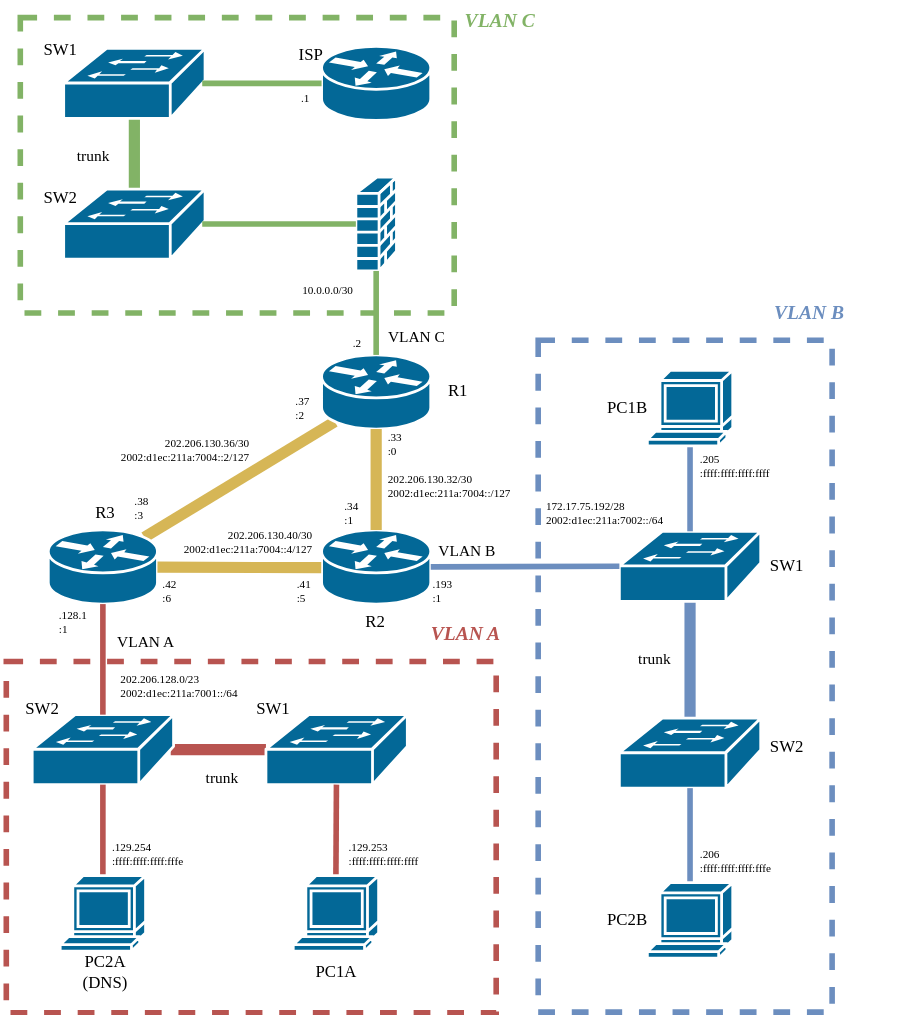
This is l3_topologie_s_adresami.drawio.svg from phatt-23/POS-project, a draw.io export, as it was before one commit. Source tidied: cells renumbered, new cells last; positions are measured from the earlier drawing's top-left corner, leaving out a move shared by most shapes.
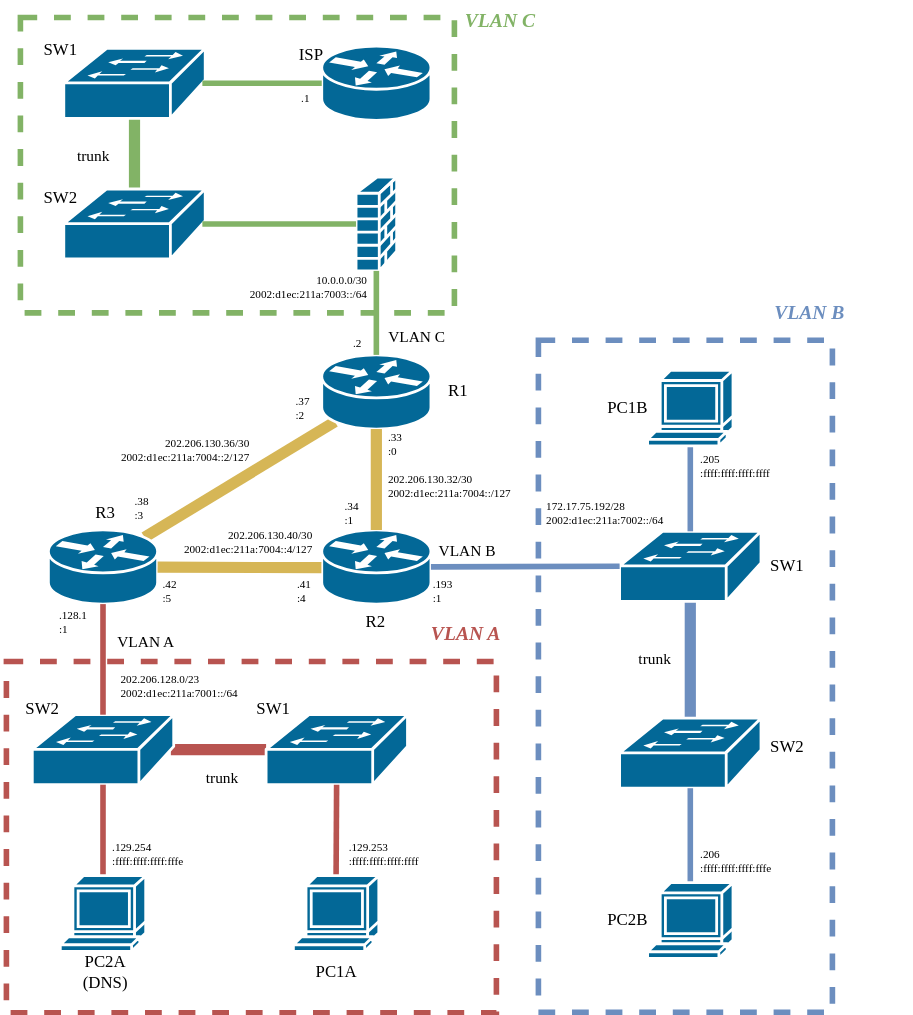
Later version of the same file.

The edit, as a diff of the source:
```diff
@@ -217,10 +217,10 @@
     <mxCell id="70" value="&lt;div align=&quot;right&quot;&gt;&lt;div style=&quot;font-size: 8px;&quot;&gt;&lt;font style=&quot;font-size: 8px;&quot;&gt;202.206.130.40/30&lt;br&gt;2002:d1ec:211a:7004::4/127&lt;/font&gt;&lt;/div&gt;&lt;/div&gt;" style="text;html=1;align=right;verticalAlign=middle;whiteSpace=wrap;rounded=0;fontFamily=Iosevka NF;" parent="1" vertex="1">
       <mxGeometry x="135" y="372" width="90" height="30" as="geometry" />
     </mxCell>
-    <mxCell id="71" value="&lt;div align=&quot;left&quot;&gt;&lt;div style=&quot;font-size: 8px;&quot;&gt;&lt;font style=&quot;font-size: 8px;&quot;&gt;.41&lt;br&gt;:5&lt;/font&gt;&lt;/div&gt;&lt;/div&gt;" style="text;html=1;align=left;verticalAlign=middle;whiteSpace=wrap;rounded=0;fontFamily=Iosevka NF;" parent="1" vertex="1">
+    <mxCell id="71" value="&lt;div align=&quot;left&quot;&gt;&lt;div style=&quot;font-size: 8px;&quot;&gt;&lt;font style=&quot;font-size: 8px;&quot;&gt;.41&lt;br&gt;:4&lt;/font&gt;&lt;/div&gt;&lt;/div&gt;" style="text;html=1;align=left;verticalAlign=middle;whiteSpace=wrap;rounded=0;fontFamily=Iosevka NF;" parent="1" vertex="1">
       <mxGeometry x="210" y="407" width="107" height="30" as="geometry" />
     </mxCell>
-    <mxCell id="72" value="&lt;div align=&quot;left&quot;&gt;&lt;div style=&quot;font-size: 8px;&quot;&gt;&lt;font style=&quot;font-size: 8px;&quot;&gt;.42&lt;br&gt;:6&lt;/font&gt;&lt;/div&gt;&lt;/div&gt;" style="text;html=1;align=left;verticalAlign=middle;whiteSpace=wrap;rounded=0;fontFamily=Iosevka NF;" parent="1" vertex="1">
+    <mxCell id="72" value="&lt;div align=&quot;left&quot;&gt;&lt;div style=&quot;font-size: 8px;&quot;&gt;&lt;font style=&quot;font-size: 8px;&quot;&gt;.42&lt;br&gt;:5&lt;/font&gt;&lt;/div&gt;&lt;/div&gt;" style="text;html=1;align=left;verticalAlign=middle;whiteSpace=wrap;rounded=0;fontFamily=Iosevka NF;" parent="1" vertex="1">
       <mxGeometry x="114" y="407" width="107" height="30" as="geometry" />
     </mxCell>
     <mxCell id="73" value="&lt;div align=&quot;left&quot;&gt;&lt;div style=&quot;font-size: 8px;&quot;&gt;&lt;font style=&quot;font-size: 8px;&quot;&gt;202.206.128.0/23&lt;br&gt;2002:d1ec:211a:7001::/64&lt;/font&gt;&lt;/div&gt;&lt;/div&gt;" style="text;html=1;align=left;verticalAlign=middle;whiteSpace=wrap;rounded=0;fontFamily=Iosevka NF;" parent="1" vertex="1">
@@ -229,8 +229,8 @@
     <mxCell id="74" value="&lt;div align=&quot;left&quot;&gt;&lt;div style=&quot;font-size: 8px;&quot;&gt;&lt;font style=&quot;font-size: 8px;&quot;&gt;172.17.75.192/28&lt;br&gt;2002:d1ec:211a:7002::/64&lt;/font&gt;&lt;/div&gt;&lt;/div&gt;" style="text;html=1;align=left;verticalAlign=middle;whiteSpace=wrap;rounded=0;fontFamily=Iosevka NF;" parent="1" vertex="1">
       <mxGeometry x="388" y="351" width="102.5" height="30" as="geometry" />
     </mxCell>
-    <mxCell id="75" value="&lt;div style=&quot;font-size: 11px;&quot;&gt;&lt;font style=&quot;font-size: 8px;&quot;&gt;10.0.0.0/30&lt;/font&gt;&lt;/div&gt;" style="text;html=1;align=center;verticalAlign=middle;whiteSpace=wrap;rounded=0;fontFamily=Iosevka NF;" parent="1" vertex="1">
-      <mxGeometry x="204" y="191" width="60" height="30" as="geometry" />
+    <mxCell id="75" value="&lt;div style=&quot;font-size: 8px;&quot; align=&quot;right&quot;&gt;&lt;font style=&quot;font-size: 8px;&quot;&gt;10.0.0.0/30&lt;/font&gt;&lt;/div&gt;&lt;div style=&quot;font-size: 8px;&quot; align=&quot;right&quot;&gt;&lt;font style=&quot;font-size: 8px;&quot;&gt;2002:d1ec:211a:7003::/64&lt;/font&gt;&lt;/div&gt;" style="text;html=1;align=right;verticalAlign=middle;whiteSpace=wrap;rounded=0;fontFamily=Iosevka NF;" parent="1" vertex="1">
+      <mxGeometry x="139" y="190" width="125" height="30" as="geometry" />
     </mxCell>
     <mxCell id="76" value="&lt;div align=&quot;left&quot;&gt;&lt;div style=&quot;font-size: 8px;&quot;&gt;&lt;font style=&quot;font-size: 8px;&quot;&gt;.193&lt;br&gt;&lt;/font&gt;&lt;font style=&quot;font-size: 8px;&quot;&gt;:1&lt;/font&gt;&lt;/div&gt;&lt;/div&gt;" style="text;html=1;align=left;verticalAlign=middle;whiteSpace=wrap;rounded=0;fontFamily=Iosevka NF;" parent="1" vertex="1">
       <mxGeometry x="307.2" y="407" width="154" height="30" as="geometry" />
```
